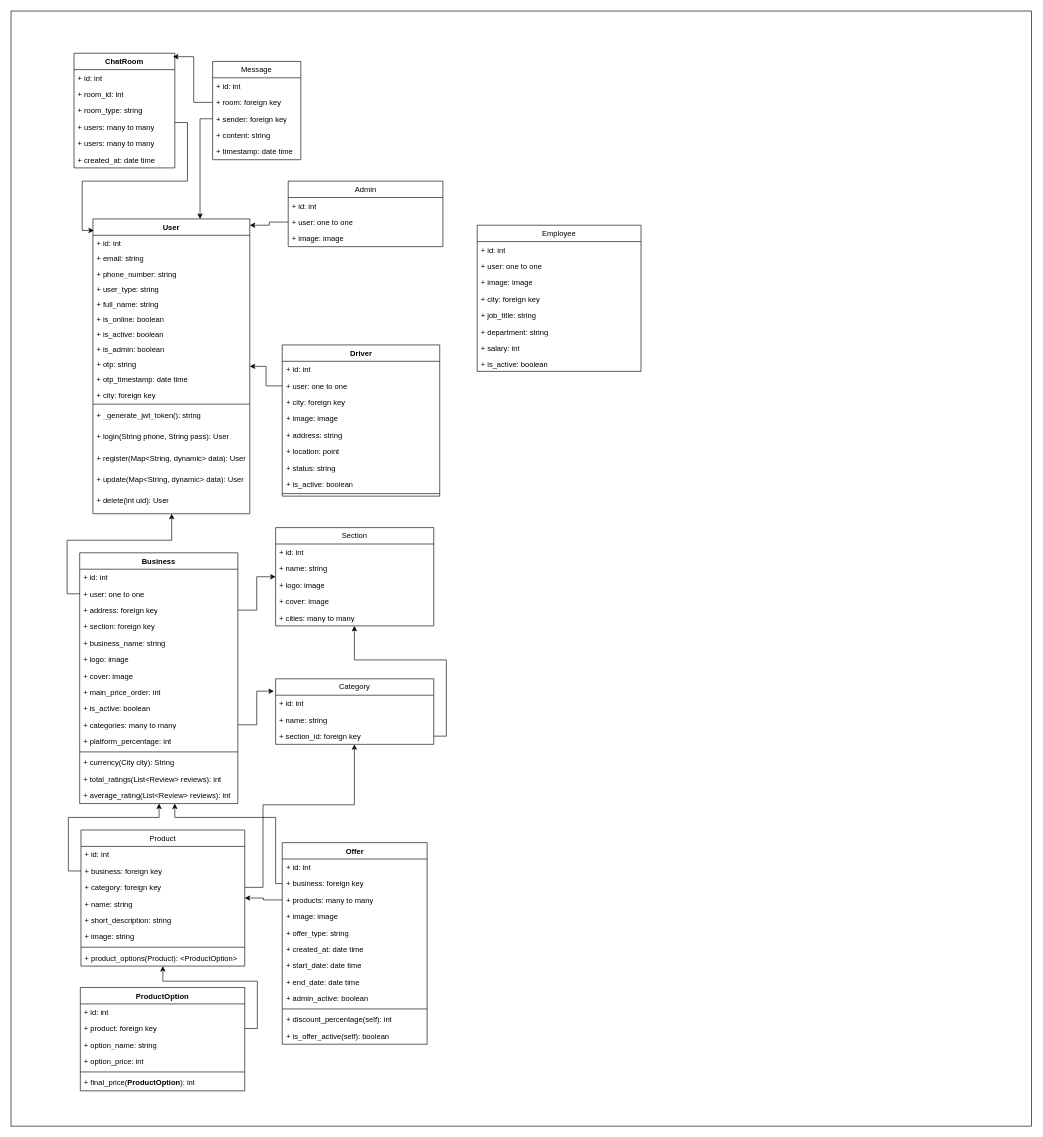
Earlier version of the draw.io diagram Untitled Diagram.drawio (wasselak-com/research). Source tidied: cells renumbered, new cells numbered last; positions are measured from the earlier drawing's top-left corner, leaving out a move shared by most shapes. Both pictures are drawn from the tidied source at 63%, with x=0, y=0 at pixel (11, 11).
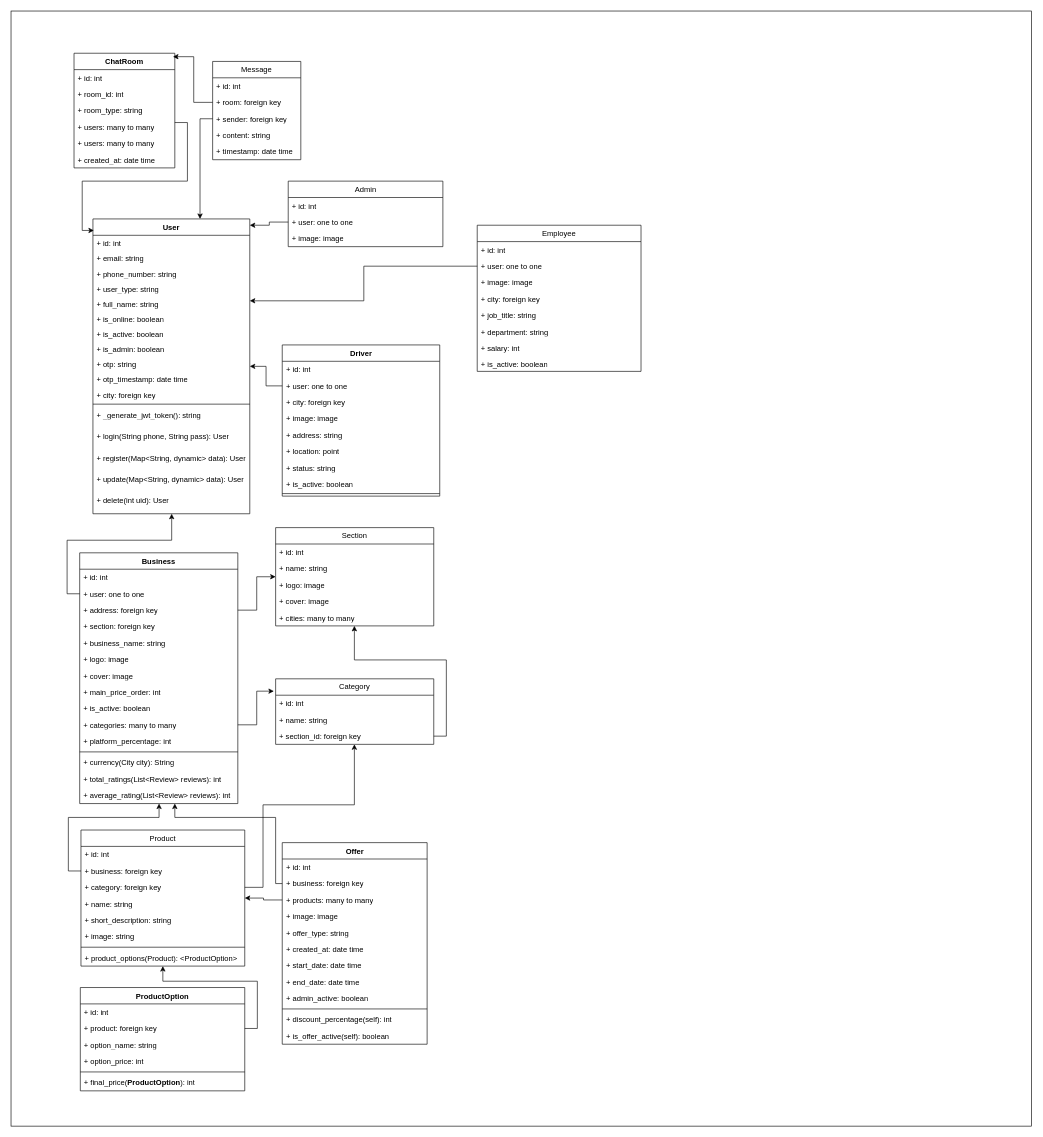
The same page after the edit.

The change refers to these unchanged cells:
```xml
<mxCell id="3" value="User" style="swimlane;fontStyle=1;align=center;verticalAlign=top;horizontal=1;startSize=26;whiteSpace=wrap;html=1;" parent="1" vertex="1">
  <mxGeometry x="130" y="330" width="249" height="468" as="geometry" />
</mxCell>
<mxCell id="119" value="+ user: one to one" style="text;strokeColor=none;fillColor=none;align=left;verticalAlign=top;spacingLeft=4;spacingRight=4;overflow=hidden;points=[[0,0.5],[1,0.5]];portConstraint=eastwest;whiteSpace=wrap;html=1;" parent="117" vertex="1">
  <mxGeometry y="52" width="260" height="26" as="geometry" />
</mxCell>
```

What changed in the source:
```diff
@@
+    <mxCell id="126" style="edgeStyle=orthogonalEdgeStyle;rounded=0;jettySize=auto;html=1;" parent="1" edge="1" source="119" target="3">
+      <mxGeometry relative="1" as="geometry">
+        <Array as="points">
+          <mxPoint x="560" y="405" />
+          <mxPoint x="560" y="460" />
+        </Array>
+      </mxGeometry>
+    </mxCell>
```
